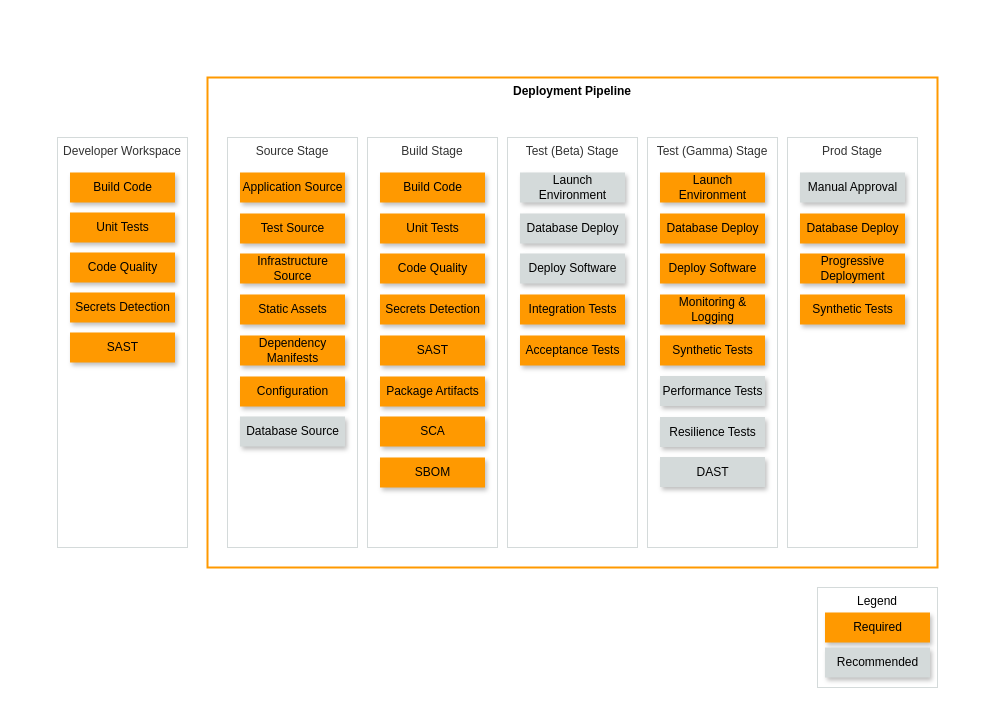
The draw.io diagram docs/application-pipeline/architecture.drawio in Tyrese-AutomationWarrior/AWS-Deployment-Pipeline-Reference-Architecture, before the edit. Source tidied: cells renumbered, new cells numbered last; positions are measured from the earlier drawing's top-left corner, leaving out a move shared by most shapes. Both pictures are drawn from the tidied source at 100%, with x=0, y=0 at pixel (17, 17).
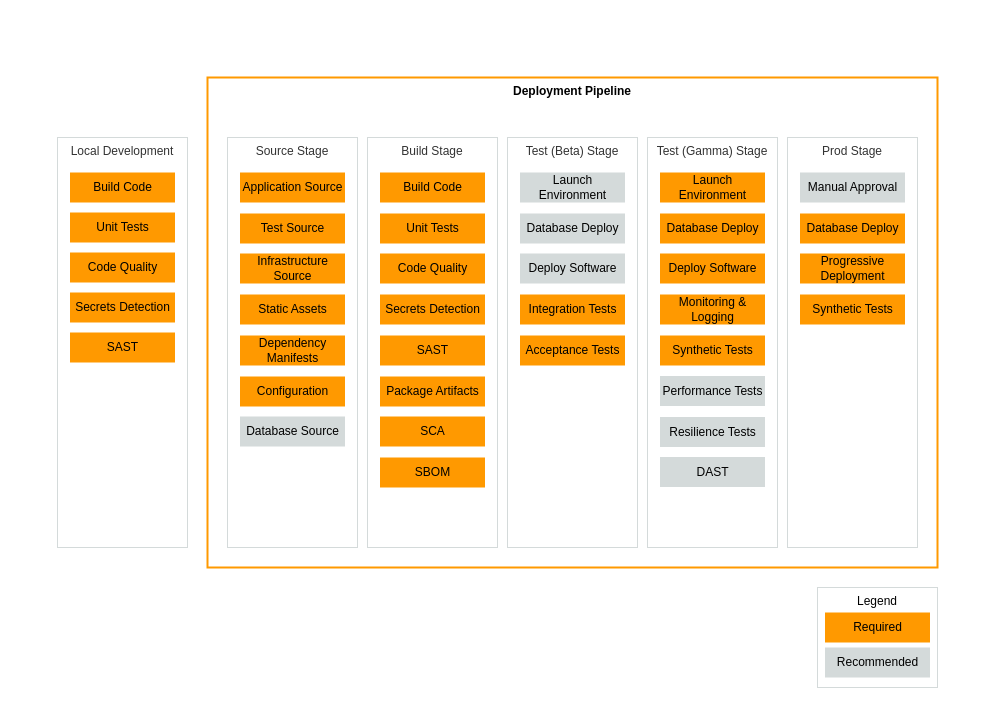
The same diagram, later.

Commit message (it also covers changes not shown here):
fix: typos and diagram cleanup

Diff of the diagram source:
```diff
@@
-    <mxCell id="2" style="fillColor=#FFFFFF;strokeColor=none;dashed=0;verticalAlign=top;fontStyle=0;fontColor=#232F3D;" parent="1" vertex="1">
+    <mxCell id="2" style="fillColor=#FFFFFF;strokeColor=none;dashed=0;verticalAlign=top;fontStyle=0;fontColor=#232F3D;shadow=0;" parent="1" vertex="1">
       <mxGeometry width="970" height="680" as="geometry" />
     </mxCell>
-    <mxCell id="3" value="Developer Workspace" style="fillColor=#FFFFFF;strokeColor=#D4DADA;verticalAlign=top;fontStyle=0;fontColor=#333333;shadow=0;" parent="1" vertex="1">
+    <mxCell id="3" value="Local Development" style="fillColor=#FFFFFF;strokeColor=#D4DADA;verticalAlign=top;fontStyle=0;fontColor=#333333;shadow=0;" parent="1" vertex="1">
       <mxGeometry x="40" y="120" width="130" height="410" as="geometry" />
     </mxCell>
@@
-    <mxCell id="5" value="Build Code" style="rounded=0;whiteSpace=wrap;html=1;fillColor=#ff9900;strokeColor=none;fontColor=#000000;shadow=1;" parent="1" vertex="1">
+    <mxCell id="5" value="Build Code" style="rounded=0;whiteSpace=wrap;html=1;fillColor=#ff9900;strokeColor=none;fontColor=#000000;shadow=0;" parent="1" vertex="1">
       <mxGeometry x="52.5" y="155" width="105" height="30" as="geometry" />
     </mxCell>
@@
-    <mxCell id="7" value="Unit Tests" style="rounded=0;whiteSpace=wrap;html=1;fillColor=#ff9900;strokeColor=none;fontColor=#000000;shadow=1;" parent="1" vertex="1">
+    <mxCell id="7" value="Unit Tests" style="rounded=0;whiteSpace=wrap;html=1;fillColor=#ff9900;strokeColor=none;fontColor=#000000;shadow=0;" parent="1" vertex="1">
       <mxGeometry x="52.5" y="195" width="105" height="30" as="geometry" />
     </mxCell>
-    <mxCell id="8" value="Secrets Detection" style="rounded=0;whiteSpace=wrap;html=1;fillColor=#ff9900;strokeColor=none;fontColor=#000000;shadow=1;" parent="1" vertex="1">
+    <mxCell id="8" value="Secrets Detection" style="rounded=0;whiteSpace=wrap;html=1;fillColor=#ff9900;strokeColor=none;fontColor=#000000;shadow=0;" parent="1" vertex="1">
       <mxGeometry x="52.5" y="275" width="105" height="30" as="geometry" />
     </mxCell>
-    <mxCell id="9" value="Code Quality" style="rounded=0;whiteSpace=wrap;html=1;fillColor=#ff9900;strokeColor=none;fontColor=#000000;shadow=1;" parent="1" vertex="1">
+    <mxCell id="9" value="Code Quality" style="rounded=0;whiteSpace=wrap;html=1;fillColor=#ff9900;strokeColor=none;fontColor=#000000;shadow=0;" parent="1" vertex="1">
       <mxGeometry x="52.5" y="235" width="105" height="30" as="geometry" />
     </mxCell>
-    <mxCell id="10" value="SAST" style="rounded=0;whiteSpace=wrap;html=1;fillColor=#ff9900;strokeColor=none;fontColor=#000000;shadow=1;" parent="1" vertex="1">
+    <mxCell id="10" value="SAST" style="rounded=0;whiteSpace=wrap;html=1;fillColor=#ff9900;strokeColor=none;fontColor=#000000;shadow=0;" parent="1" vertex="1">
       <mxGeometry x="52.5" y="315" width="105" height="30" as="geometry" />
     </mxCell>
-    <mxCell id="11" value="Required" style="rounded=0;whiteSpace=wrap;html=1;fillColor=#ff9900;strokeColor=none;fontColor=#000000;shadow=1;" parent="1" vertex="1">
+    <mxCell id="11" value="Required" style="rounded=0;whiteSpace=wrap;html=1;fillColor=#ff9900;strokeColor=none;fontColor=#000000;shadow=0;" parent="1" vertex="1">
       <mxGeometry x="807.5" y="595" width="105" height="30" as="geometry" />
     </mxCell>
-    <mxCell id="12" value="Recommended" style="rounded=0;whiteSpace=wrap;html=1;fillColor=#d4dada;strokeColor=none;fontColor=#000000;shadow=1;" parent="1" vertex="1">
+    <mxCell id="12" value="Recommended" style="rounded=0;whiteSpace=wrap;html=1;fillColor=#d4dada;strokeColor=none;fontColor=#000000;shadow=0;" parent="1" vertex="1">
       <mxGeometry x="807.5" y="630" width="105" height="30" as="geometry" />
     </mxCell>
@@
-    <mxCell id="18" value="Build Code" style="rounded=0;whiteSpace=wrap;html=1;fillColor=#ff9900;strokeColor=none;fontColor=#000000;shadow=1;" parent="1" vertex="1">
+    <mxCell id="18" value="Build Code" style="rounded=0;whiteSpace=wrap;html=1;fillColor=#ff9900;strokeColor=none;fontColor=#000000;shadow=0;" parent="1" vertex="1">
       <mxGeometry x="362.5" y="155" width="105" height="30" as="geometry" />
     </mxCell>
-    <mxCell id="19" value="Unit Tests" style="rounded=0;whiteSpace=wrap;html=1;fillColor=#ff9900;strokeColor=none;fontColor=#000000;shadow=1;" parent="1" vertex="1">
+    <mxCell id="19" value="Unit Tests" style="rounded=0;whiteSpace=wrap;html=1;fillColor=#ff9900;strokeColor=none;fontColor=#000000;shadow=0;" parent="1" vertex="1">
       <mxGeometry x="362.5" y="196" width="105" height="30" as="geometry" />
     </mxCell>
-    <mxCell id="20" value="Secrets Detection" style="rounded=0;whiteSpace=wrap;html=1;fillColor=#ff9900;strokeColor=none;fontColor=#000000;shadow=1;" parent="1" vertex="1">
+    <mxCell id="20" value="Secrets Detection" style="rounded=0;whiteSpace=wrap;html=1;fillColor=#ff9900;strokeColor=none;fontColor=#000000;shadow=0;" parent="1" vertex="1">
       <mxGeometry x="362.5" y="277" width="105" height="30" as="geometry" />
     </mxCell>
-    <mxCell id="21" value="Code Quality" style="rounded=0;whiteSpace=wrap;html=1;fillColor=#ff9900;strokeColor=none;fontColor=#000000;shadow=1;" parent="1" vertex="1">
+    <mxCell id="21" value="Code Quality" style="rounded=0;whiteSpace=wrap;html=1;fillColor=#ff9900;strokeColor=none;fontColor=#000000;shadow=0;" parent="1" vertex="1">
       <mxGeometry x="362.5" y="236" width="105" height="30" as="geometry" />
     </mxCell>
-    <mxCell id="22" value="SAST" style="rounded=0;whiteSpace=wrap;html=1;fillColor=#ff9900;strokeColor=none;fontColor=#000000;shadow=1;" parent="1" vertex="1">
+    <mxCell id="22" value="SAST" style="rounded=0;whiteSpace=wrap;html=1;fillColor=#ff9900;strokeColor=none;fontColor=#000000;shadow=0;" parent="1" vertex="1">
       <mxGeometry x="362.5" y="318" width="105" height="30" as="geometry" />
     </mxCell>
-    <mxCell id="23" value="Package Artifacts" style="rounded=0;whiteSpace=wrap;html=1;fillColor=#ff9900;strokeColor=none;fontColor=#000000;shadow=1;" parent="1" vertex="1">
+    <mxCell id="23" value="Package Artifacts" style="rounded=0;whiteSpace=wrap;html=1;fillColor=#ff9900;strokeColor=none;fontColor=#000000;shadow=0;" parent="1" vertex="1">
       <mxGeometry x="362.5" y="359" width="105" height="30" as="geometry" />
     </mxCell>
-    <mxCell id="24" value="SCA" style="rounded=0;whiteSpace=wrap;html=1;fillColor=#ff9900;strokeColor=none;fontColor=#000000;shadow=1;" parent="1" vertex="1">
+    <mxCell id="24" value="SCA" style="rounded=0;whiteSpace=wrap;html=1;fillColor=#ff9900;strokeColor=none;fontColor=#000000;shadow=0;" parent="1" vertex="1">
       <mxGeometry x="362.5" y="399" width="105" height="30" as="geometry" />
     </mxCell>
-    <mxCell id="25" value="SBOM" style="rounded=0;whiteSpace=wrap;html=1;fillColor=#ff9900;strokeColor=none;fontColor=#000000;shadow=1;" parent="1" vertex="1">
+    <mxCell id="25" value="SBOM" style="rounded=0;whiteSpace=wrap;html=1;fillColor=#ff9900;strokeColor=none;fontColor=#000000;shadow=0;" parent="1" vertex="1">
       <mxGeometry x="362.5" y="440" width="105" height="30" as="geometry" />
     </mxCell>
-    <mxCell id="26" value="Application Source" style="rounded=0;whiteSpace=wrap;html=1;fillColor=#ff9900;strokeColor=none;fontColor=#000000;shadow=1;" parent="1" vertex="1">
+    <mxCell id="26" value="Application Source" style="rounded=0;whiteSpace=wrap;html=1;fillColor=#ff9900;strokeColor=none;fontColor=#000000;shadow=0;" parent="1" vertex="1">
       <mxGeometry x="222.5" y="155" width="105" height="30" as="geometry" />
     </mxCell>
-    <mxCell id="27" value="Test Source" style="rounded=0;whiteSpace=wrap;html=1;fillColor=#ff9900;strokeColor=none;fontColor=#000000;shadow=1;" parent="1" vertex="1">
+    <mxCell id="27" value="Test Source" style="rounded=0;whiteSpace=wrap;html=1;fillColor=#ff9900;strokeColor=none;fontColor=#000000;shadow=0;" parent="1" vertex="1">
       <mxGeometry x="222.5" y="196" width="105" height="30" as="geometry" />
     </mxCell>
-    <mxCell id="28" value="Static Assets" style="rounded=0;whiteSpace=wrap;html=1;fillColor=#ff9900;strokeColor=none;fontColor=#000000;shadow=1;" parent="1" vertex="1">
+    <mxCell id="28" value="Static Assets" style="rounded=0;whiteSpace=wrap;html=1;fillColor=#ff9900;strokeColor=none;fontColor=#000000;shadow=0;" parent="1" vertex="1">
       <mxGeometry x="222.5" y="277" width="105" height="30" as="geometry" />
     </mxCell>
-    <mxCell id="29" value="Infrastructure Source" style="rounded=0;whiteSpace=wrap;html=1;fillColor=#ff9900;strokeColor=none;fontColor=#000000;shadow=1;" parent="1" vertex="1">
+    <mxCell id="29" value="Infrastructure Source" style="rounded=0;whiteSpace=wrap;html=1;fillColor=#ff9900;strokeColor=none;fontColor=#000000;shadow=0;" parent="1" vertex="1">
       <mxGeometry x="222.5" y="236" width="105" height="30" as="geometry" />
     </mxCell>
-    <mxCell id="30" value="Dependency Manifests" style="rounded=0;whiteSpace=wrap;html=1;fillColor=#ff9900;strokeColor=none;fontColor=#000000;shadow=1;" parent="1" vertex="1">
+    <mxCell id="30" value="Dependency Manifests" style="rounded=0;whiteSpace=wrap;html=1;fillColor=#ff9900;strokeColor=none;fontColor=#000000;shadow=0;" parent="1" vertex="1">
       <mxGeometry x="222.5" y="318" width="105" height="30" as="geometry" />
     </mxCell>
-    <mxCell id="31" value="Configuration" style="rounded=0;whiteSpace=wrap;html=1;fillColor=#ff9900;strokeColor=none;fontColor=#000000;shadow=1;" parent="1" vertex="1">
+    <mxCell id="31" value="Configuration" style="rounded=0;whiteSpace=wrap;html=1;fillColor=#ff9900;strokeColor=none;fontColor=#000000;shadow=0;" parent="1" vertex="1">
       <mxGeometry x="222.5" y="359" width="105" height="30" as="geometry" />
     </mxCell>
-    <mxCell id="32" value="Database Source" style="rounded=0;whiteSpace=wrap;html=1;fillColor=#D4DADA;strokeColor=none;fontColor=#000000;shadow=1;" parent="1" vertex="1">
+    <mxCell id="32" value="Database Source" style="rounded=0;whiteSpace=wrap;html=1;fillColor=#D4DADA;strokeColor=none;fontColor=#000000;shadow=0;" parent="1" vertex="1">
       <mxGeometry x="222.5" y="399" width="105" height="30" as="geometry" />
     </mxCell>
-    <mxCell id="33" value="Launch Environment" style="rounded=0;whiteSpace=wrap;html=1;fillColor=#D4DADA;strokeColor=none;fontColor=#000000;shadow=1;" parent="1" vertex="1">
+    <mxCell id="33" value="Launch Environment" style="rounded=0;whiteSpace=wrap;html=1;fillColor=#D4DADA;strokeColor=none;fontColor=#000000;shadow=0;" parent="1" vertex="1">
       <mxGeometry x="502.5" y="155" width="105" height="30" as="geometry" />
     </mxCell>
-    <mxCell id="34" value="Integration Tests" style="rounded=0;whiteSpace=wrap;html=1;fillColor=#ff9900;strokeColor=none;fontColor=#000000;shadow=1;" parent="1" vertex="1">
+    <mxCell id="34" value="Integration Tests" style="rounded=0;whiteSpace=wrap;html=1;fillColor=#ff9900;strokeColor=none;fontColor=#000000;shadow=0;" parent="1" vertex="1">
       <mxGeometry x="502.5" y="277" width="105" height="30" as="geometry" />
     </mxCell>
-    <mxCell id="35" value="Acceptance Tests" style="rounded=0;whiteSpace=wrap;html=1;fillColor=#ff9900;strokeColor=none;fontColor=#000000;shadow=1;" parent="1" vertex="1">
+    <mxCell id="35" value="Acceptance Tests" style="rounded=0;whiteSpace=wrap;html=1;fillColor=#ff9900;strokeColor=none;fontColor=#000000;shadow=0;" parent="1" vertex="1">
       <mxGeometry x="502.5" y="318" width="105" height="30" as="geometry" />
     </mxCell>
-    <mxCell id="36" value="Database Deploy" style="rounded=0;whiteSpace=wrap;html=1;fillColor=#D4DADA;strokeColor=none;fontColor=#000000;shadow=1;" parent="1" vertex="1">
+    <mxCell id="36" value="Database Deploy" style="rounded=0;whiteSpace=wrap;html=1;fillColor=#D4DADA;strokeColor=none;fontColor=#000000;shadow=0;" parent="1" vertex="1">
       <mxGeometry x="502.5" y="196" width="105" height="30" as="geometry" />
     </mxCell>
-    <mxCell id="37" value="Deploy Software" style="rounded=0;whiteSpace=wrap;html=1;fillColor=#D4DADA;strokeColor=none;fontColor=#000000;shadow=1;" parent="1" vertex="1">
+    <mxCell id="37" value="Deploy Software" style="rounded=0;whiteSpace=wrap;html=1;fillColor=#D4DADA;strokeColor=none;fontColor=#000000;shadow=0;" parent="1" vertex="1">
       <mxGeometry x="502.5" y="236" width="105" height="30" as="geometry" />
     </mxCell>
-    <mxCell id="38" value="Launch Environment" style="rounded=0;whiteSpace=wrap;html=1;fillColor=#ff9900;strokeColor=none;fontColor=#000000;shadow=1;" parent="1" vertex="1">
+    <mxCell id="38" value="Launch Environment" style="rounded=0;whiteSpace=wrap;html=1;fillColor=#ff9900;strokeColor=none;fontColor=#000000;shadow=0;" parent="1" vertex="1">
       <mxGeometry x="642.5" y="155" width="105" height="30" as="geometry" />
     </mxCell>
-    <mxCell id="39" value="Database Deploy" style="rounded=0;whiteSpace=wrap;html=1;fillColor=#ff9900;strokeColor=none;fontColor=#000000;shadow=1;" parent="1" vertex="1">
+    <mxCell id="39" value="Database Deploy" style="rounded=0;whiteSpace=wrap;html=1;fillColor=#ff9900;strokeColor=none;fontColor=#000000;shadow=0;" parent="1" vertex="1">
       <mxGeometry x="642.5" y="196" width="105" height="30" as="geometry" />
     </mxCell>
-    <mxCell id="40" value="Monitoring &amp;amp; Logging" style="rounded=0;whiteSpace=wrap;html=1;fillColor=#ff9900;strokeColor=none;fontColor=#000000;shadow=1;" parent="1" vertex="1">
+    <mxCell id="40" value="Monitoring &amp;amp; Logging" style="rounded=0;whiteSpace=wrap;html=1;fillColor=#ff9900;strokeColor=none;fontColor=#000000;shadow=0;" parent="1" vertex="1">
       <mxGeometry x="642.5" y="277" width="105" height="30" as="geometry" />
     </mxCell>
-    <mxCell id="41" value="Deploy Software" style="rounded=0;whiteSpace=wrap;html=1;fillColor=#ff9900;strokeColor=none;fontColor=#000000;shadow=1;" parent="1" vertex="1">
+    <mxCell id="41" value="Deploy Software" style="rounded=0;whiteSpace=wrap;html=1;fillColor=#ff9900;strokeColor=none;fontColor=#000000;shadow=0;" parent="1" vertex="1">
       <mxGeometry x="642.5" y="236" width="105" height="30" as="geometry" />
     </mxCell>
-    <mxCell id="42" value="Synthetic Tests" style="rounded=0;whiteSpace=wrap;html=1;fillColor=#ff9900;strokeColor=none;fontColor=#000000;shadow=1;" parent="1" vertex="1">
+    <mxCell id="42" value="Synthetic Tests" style="rounded=0;whiteSpace=wrap;html=1;fillColor=#ff9900;strokeColor=none;fontColor=#000000;shadow=0;" parent="1" vertex="1">
       <mxGeometry x="642.5" y="318" width="105" height="30" as="geometry" />
     </mxCell>
-    <mxCell id="43" value="Performance Tests" style="rounded=0;whiteSpace=wrap;html=1;fillColor=#D4DADA;strokeColor=none;fontColor=#000000;shadow=1;" parent="1" vertex="1">
+    <mxCell id="43" value="Performance Tests" style="rounded=0;whiteSpace=wrap;html=1;fillColor=#D4DADA;strokeColor=none;fontColor=#000000;shadow=0;" parent="1" vertex="1">
       <mxGeometry x="642.5" y="358.5" width="105" height="30" as="geometry" />
     </mxCell>
-    <mxCell id="44" value="Resilience Tests" style="rounded=0;whiteSpace=wrap;html=1;fillColor=#D4DADA;strokeColor=none;fontColor=#000000;shadow=1;" parent="1" vertex="1">
+    <mxCell id="44" value="Resilience Tests" style="rounded=0;whiteSpace=wrap;html=1;fillColor=#D4DADA;strokeColor=none;fontColor=#000000;shadow=0;" parent="1" vertex="1">
       <mxGeometry x="642.5" y="399.5" width="105" height="30" as="geometry" />
     </mxCell>
-    <mxCell id="45" value="DAST" style="rounded=0;whiteSpace=wrap;html=1;fillColor=#D4DADA;strokeColor=none;fontColor=#000000;shadow=1;" parent="1" vertex="1">
+    <mxCell id="45" value="DAST" style="rounded=0;whiteSpace=wrap;html=1;fillColor=#D4DADA;strokeColor=none;fontColor=#000000;shadow=0;" parent="1" vertex="1">
       <mxGeometry x="642.5" y="439.5" width="105" height="30" as="geometry" />
     </mxCell>
-    <mxCell id="46" value="Manual Approval" style="rounded=0;whiteSpace=wrap;html=1;fillColor=#D4DADA;strokeColor=none;fontColor=#000000;shadow=1;" parent="1" vertex="1">
+    <mxCell id="46" value="Manual Approval" style="rounded=0;whiteSpace=wrap;html=1;fillColor=#D4DADA;strokeColor=none;fontColor=#000000;shadow=0;" parent="1" vertex="1">
       <mxGeometry x="782.5" y="155" width="105" height="30" as="geometry" />
     </mxCell>
-    <mxCell id="47" value="Database Deploy" style="rounded=0;whiteSpace=wrap;html=1;fillColor=#ff9900;strokeColor=none;fontColor=#000000;shadow=1;" parent="1" vertex="1">
+    <mxCell id="47" value="Database Deploy" style="rounded=0;whiteSpace=wrap;html=1;fillColor=#ff9900;strokeColor=none;fontColor=#000000;shadow=0;" parent="1" vertex="1">
       <mxGeometry x="782.5" y="196" width="105" height="30" as="geometry" />
     </mxCell>
-    <mxCell id="48" value="Synthetic Tests" style="rounded=0;whiteSpace=wrap;html=1;fillColor=#ff9900;strokeColor=none;fontColor=#000000;shadow=1;" parent="1" vertex="1">
+    <mxCell id="48" value="Synthetic Tests" style="rounded=0;whiteSpace=wrap;html=1;fillColor=#ff9900;strokeColor=none;fontColor=#000000;shadow=0;" parent="1" vertex="1">
       <mxGeometry x="782.5" y="277" width="105" height="30" as="geometry" />
     </mxCell>
-    <mxCell id="49" value="Progressive Deployment" style="rounded=0;whiteSpace=wrap;html=1;fillColor=#ff9900;strokeColor=none;fontColor=#000000;shadow=1;" parent="1" vertex="1">
+    <mxCell id="49" value="Progressive Deployment" style="rounded=0;whiteSpace=wrap;html=1;fillColor=#ff9900;strokeColor=none;fontColor=#000000;shadow=0;" parent="1" vertex="1">
       <mxGeometry x="782.5" y="236" width="105" height="30" as="geometry" />
     </mxCell>
```
